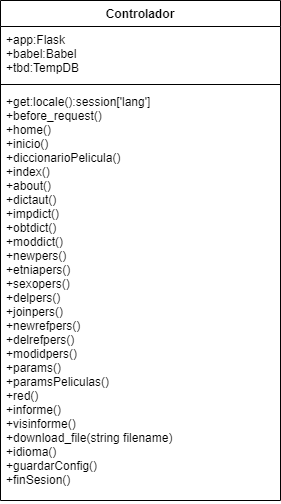
dhm1002/NetExtractor-3.0-Despliegue keeps this draw.io diagram as doc/Imagenes/Imagenes diagrama de clases/Controlador.png. Above is the earlier version. Source tidied: cells renumbered, new cells last; positions are measured from the earlier drawing's top-left corner, leaving out a move shared by most shapes.
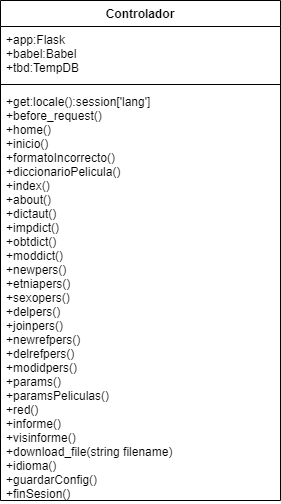
After the commit.

Change to the diagram source:
```diff
@@ -11,8 +11,8 @@
     <mxCell id="4" style="line;strokeWidth=1;fillColor=none;align=left;verticalAlign=middle;spacingTop=-1;spacingLeft=3;spacingRight=3;labelPosition=right;" parent="2" vertex="1">
       <mxGeometry y="80" width="280" height="8" as="geometry" />
     </mxCell>
-    <mxCell id="5" value="+get:locale():session['lang']&#10;+before_request()&#10;+home()&#10;+inicio()&#10;+diccionarioPelicula()&#10;+index()&#10;+about()&#10;+dictaut()&#10;+impdict()&#10;+obtdict()&#10;+moddict()&#10;+newpers()&#10;+etniapers()&#10;+sexopers()&#10;+delpers()&#10;+joinpers()&#10;+newrefpers()&#10;+delrefpers()&#10;+modidpers()&#10;+params()&#10;+paramsPeliculas()&#10;+red()&#10;+informe()&#10;+visinforme()&#10;+download_file(string filename)&#10;+idioma()&#10;+guardarConfig()&#10;+finSesion()&#10;" style="text;strokeColor=none;fillColor=none;align=left;verticalAlign=top;spacingLeft=4;spacingRight=4;overflow=hidden;fontStyle=0;" parent="2" vertex="1">
-      <mxGeometry y="88" width="280" height="412" as="geometry" />
-    </mxCell>
+    <mxCell id="6" value="+get:locale():session['lang']&#10;+before_request()&#10;+home()&#10;+inicio()&#10;+formatoIncorrecto()&#10;+diccionarioPelicula()&#10;+index()&#10;+about()&#10;+dictaut()&#10;+impdict()&#10;+obtdict()&#10;+moddict()&#10;+newpers()&#10;+etniapers()&#10;+sexopers()&#10;+delpers()&#10;+joinpers()&#10;+newrefpers()&#10;+delrefpers()&#10;+modidpers()&#10;+params()&#10;+paramsPeliculas()&#10;+red()&#10;+informe()&#10;+visinforme()&#10;+download_file(string filename)&#10;+idioma()&#10;+guardarConfig()&#10;+finSesion()&#10;" style="text;strokeColor=none;fillColor=none;align=left;verticalAlign=top;spacingLeft=4;spacingRight=4;overflow=hidden;fontStyle=0;" parent="2" vertex="1">
+      <mxGeometry y="88" width="280" height="412" as="geometry" />
+    </mxCell>
   </root>
 </mxGraphModel>
```
